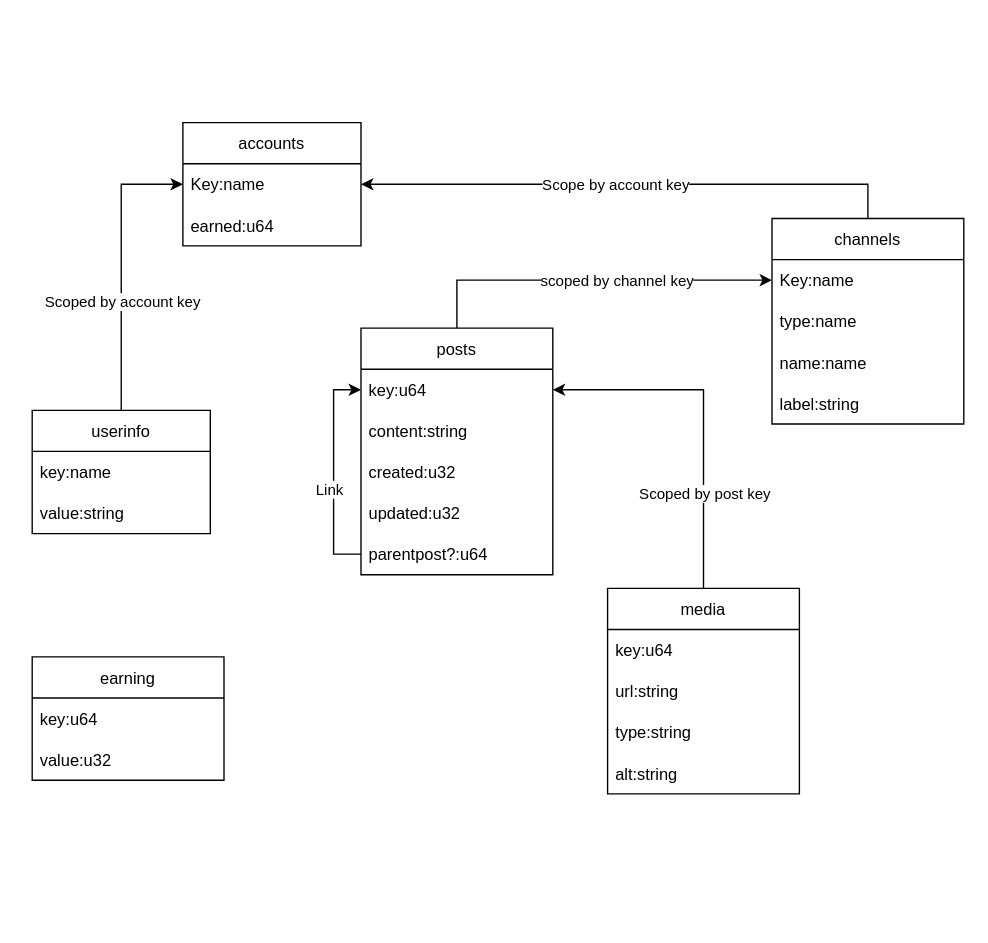
Before: table_structure.drawio in SuperstrongBE/snips-doc, a draw.io diagram. Source tidied: cells renumbered, new cells numbered last; positions are measured from the earlier drawing's top-left corner, leaving out a move shared by most shapes. Both pictures are drawn from the tidied source at 137%, with x=0, y=0 at pixel (32, 122).
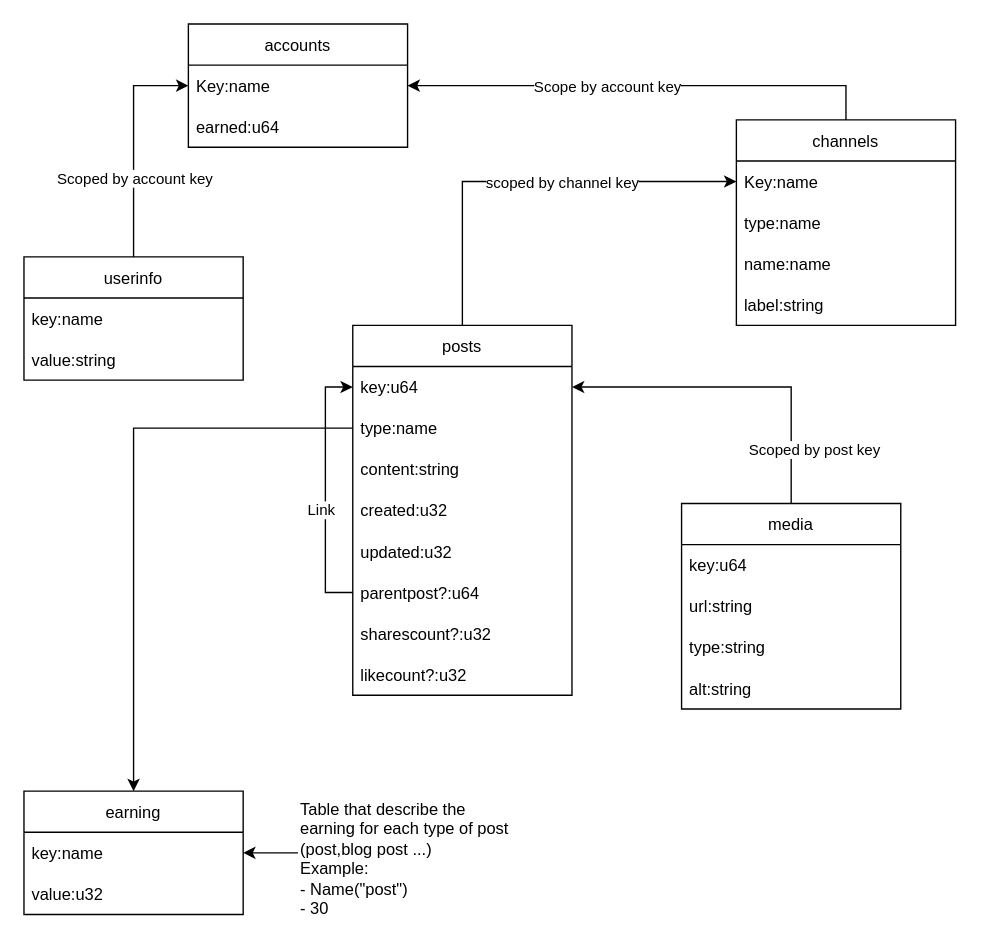
After the change.

Unchanged cells that the change refers to:
```xml
<mxCell id="27" style="edgeStyle=orthogonalEdgeStyle;rounded=0;jettySize=auto;html=1;exitX=0.5;exitY=0;exitDx=0;exitDy=0;entryX=1;entryY=0.5;entryDx=0;entryDy=0;" parent="1" edge="1" source="29" target="20">
  <mxGeometry relative="1" as="geometry" />
</mxCell>
```

What changed in the source:
```diff
@@
     <mxCell id="2" value="accounts" style="swimlane;fontStyle=0;horizontal=1;startSize=30;" parent="1" vertex="1">
-      <mxGeometry x="110" width="130" height="90" as="geometry" />
+      <mxGeometry x="114" y="-72" width="160" height="90" as="geometry" />
     </mxCell>
     <mxCell id="3" value="Key:name" style="text;strokeColor=none;fillColor=none;align=left;verticalAlign=middle;spacingLeft=4;spacingRight=4;overflow=hidden;points=[[0,0.5],[1,0.5]];portConstraint=eastwest;" parent="2" vertex="1">
-      <mxGeometry y="30" width="130" height="30" as="geometry" />
+      <mxGeometry y="30" width="160" height="30" as="geometry" />
     </mxCell>
     <mxCell id="4" value="earned:u64" style="text;strokeColor=none;fillColor=none;align=left;verticalAlign=middle;spacingLeft=4;spacingRight=4;overflow=hidden;" parent="2" vertex="1">
-      <mxGeometry y="60" width="130" height="30" as="geometry" />
+      <mxGeometry y="60" width="160" height="30" as="geometry" />
     </mxCell>
@@
     <mxCell id="7" value="channels" style="swimlane;fontStyle=0;horizontal=1;startSize=30;" parent="1" vertex="1">
-      <mxGeometry x="540" y="70" width="140" height="150" as="geometry" />
+      <mxGeometry x="514" y="-2" width="160" height="150" as="geometry" />
     </mxCell>
     <mxCell id="8" value="Key:name" style="text;strokeColor=none;fillColor=none;align=left;verticalAlign=middle;spacingLeft=4;spacingRight=4;overflow=hidden;points=[[0,0.5],[1,0.5]];portConstraint=eastwest;" parent="7" vertex="1">
-      <mxGeometry y="30" width="140" height="30" as="geometry" />
+      <mxGeometry y="30" width="160" height="30" as="geometry" />
     </mxCell>
     <mxCell id="9" value="type:name" style="text;strokeColor=none;fillColor=none;align=left;verticalAlign=middle;spacingLeft=4;spacingRight=4;overflow=hidden;" parent="7" vertex="1">
-      <mxGeometry y="60" width="140" height="30" as="geometry" />
+      <mxGeometry y="60" width="160" height="30" as="geometry" />
     </mxCell>
     <mxCell id="10" value="name:name" style="text;strokeColor=none;fillColor=none;align=left;verticalAlign=middle;spacingLeft=4;spacingRight=4;overflow=hidden;" parent="7" vertex="1">
-      <mxGeometry y="90" width="140" height="30" as="geometry" />
+      <mxGeometry y="90" width="160" height="30" as="geometry" />
     </mxCell>
     <mxCell id="11" value="label:string" style="text;strokeColor=none;fillColor=none;align=left;verticalAlign=middle;spacingLeft=4;spacingRight=4;overflow=hidden;" parent="7" vertex="1">
-      <mxGeometry y="120" width="140" height="30" as="geometry" />
+      <mxGeometry y="120" width="160" height="30" as="geometry" />
     </mxCell>
     <mxCell id="12" style="edgeStyle=orthogonalEdgeStyle;rounded=0;jettySize=auto;html=1;exitX=0.5;exitY=0;exitDx=0;exitDy=0;entryX=0;entryY=0.5;entryDx=0;entryDy=0;" parent="1" edge="1" source="14" target="3">
       <mxGeometry relative="1" as="geometry">
         <Array as="points">
-          <mxPoint x="65" y="45" />
+          <mxPoint x="74" y="-27" />
         </Array>
       </mxGeometry>
     </mxCell>
@@
     <mxCell id="14" value="userinfo" style="swimlane;fontStyle=0;horizontal=1;startSize=30;" parent="1" vertex="1">
-      <mxGeometry y="210" width="130" height="90" as="geometry" />
+      <mxGeometry x="-6" y="98" width="160" height="90" as="geometry" />
     </mxCell>
     <mxCell id="15" value="key:name" style="text;strokeColor=none;fillColor=none;align=left;verticalAlign=middle;spacingLeft=4;spacingRight=4;overflow=hidden;" parent="14" vertex="1">
-      <mxGeometry y="30" width="130" height="30" as="geometry" />
+      <mxGeometry y="30" width="160" height="30" as="geometry" />
     </mxCell>
     <mxCell id="16" value="value:string" style="text;strokeColor=none;fillColor=none;align=left;verticalAlign=middle;spacingLeft=4;spacingRight=4;overflow=hidden;" parent="14" vertex="1">
-      <mxGeometry y="60" width="130" height="30" as="geometry" />
+      <mxGeometry y="60" width="160" height="30" as="geometry" />
     </mxCell>
@@
     <mxCell id="19" value="posts" style="swimlane;fontStyle=0;horizontal=1;startSize=30;" parent="1" vertex="1">
-      <mxGeometry x="240" y="150" width="140" height="180" as="geometry" />
+      <mxGeometry x="234" y="148" width="160" height="270" as="geometry" />
     </mxCell>
     <mxCell id="20" value="key:u64" style="text;strokeColor=none;fillColor=none;align=left;verticalAlign=middle;spacingLeft=4;spacingRight=4;overflow=hidden;points=[[0,0.5],[1,0.5]];portConstraint=eastwest;" parent="19" vertex="1">
-      <mxGeometry y="30" width="140" height="30" as="geometry" />
+      <mxGeometry y="30" width="160" height="30" as="geometry" />
     </mxCell>
+    <mxCell id="37" value="type:name" style="text;strokeColor=none;fillColor=none;align=left;verticalAlign=middle;spacingLeft=4;spacingRight=4;overflow=hidden;points=[[0,0.5],[1,0.5]];portConstraint=eastwest;" parent="19" vertex="1">
+      <mxGeometry y="60" width="160" height="30" as="geometry" />
+    </mxCell>
     <mxCell id="21" value="content:string" style="text;strokeColor=none;fillColor=none;align=left;verticalAlign=middle;spacingLeft=4;spacingRight=4;overflow=hidden;" parent="19" vertex="1">
-      <mxGeometry y="60" width="140" height="30" as="geometry" />
+      <mxGeometry y="90" width="160" height="30" as="geometry" />
     </mxCell>
     <mxCell id="22" value="created:u32" style="text;strokeColor=none;fillColor=none;align=left;verticalAlign=middle;spacingLeft=4;spacingRight=4;overflow=hidden;" parent="19" vertex="1">
-      <mxGeometry y="90" width="140" height="30" as="geometry" />
+      <mxGeometry y="120" width="160" height="30" as="geometry" />
     </mxCell>
     <mxCell id="23" value="updated:u32" style="text;strokeColor=none;fillColor=none;align=left;verticalAlign=middle;spacingLeft=4;spacingRight=4;overflow=hidden;" parent="19" vertex="1">
-      <mxGeometry y="120" width="140" height="30" as="geometry" />
+      <mxGeometry y="150" width="160" height="30" as="geometry" />
     </mxCell>
@@
     <mxCell id="26" value="parentpost?:u64" style="text;strokeColor=none;fillColor=none;align=left;verticalAlign=middle;spacingLeft=4;spacingRight=4;overflow=hidden;points=[[0,0.5],[1,0.5]];portConstraint=eastwest;" parent="19" vertex="1">
-      <mxGeometry y="150" width="140" height="30" as="geometry" />
+      <mxGeometry y="180" width="160" height="30" as="geometry" />
     </mxCell>
+    <mxCell id="38" value="sharescount?:u32" style="text;strokeColor=none;fillColor=none;align=left;verticalAlign=middle;spacingLeft=4;spacingRight=4;overflow=hidden;" parent="19" vertex="1">
+      <mxGeometry y="210" width="160" height="30" as="geometry" />
+    </mxCell>
+    <mxCell id="39" value="likecount?:u32" style="text;strokeColor=none;fillColor=none;align=left;verticalAlign=middle;spacingLeft=4;spacingRight=4;overflow=hidden;" parent="19" vertex="1">
+      <mxGeometry y="240" width="160" height="30" as="geometry" />
+    </mxCell>
@@
     <mxCell id="28" value="Scoped by post key" style="edgeLabel;html=1;align=center;verticalAlign=middle;" parent="27" vertex="1">
       <mxGeometry x="0.61" y="4" relative="1" as="geometry">
-        <mxPoint x="60" y="71" as="offset" />
+        <mxPoint x="128" y="41" as="offset" />
       </mxGeometry>
     </mxCell>
     <mxCell id="29" value="media" style="swimlane;fontStyle=0;horizontal=1;startSize=30;" parent="1" vertex="1">
-      <mxGeometry x="420" y="340" width="140" height="150" as="geometry" />
+      <mxGeometry x="474" y="278" width="160" height="150" as="geometry" />
     </mxCell>
     <mxCell id="30" value="key:u64" style="text;strokeColor=none;fillColor=none;align=left;verticalAlign=middle;spacingLeft=4;spacingRight=4;overflow=hidden;" parent="29" vertex="1">
-      <mxGeometry y="30" width="140" height="30" as="geometry" />
+      <mxGeometry y="30" width="160" height="30" as="geometry" />
     </mxCell>
     <mxCell id="31" value="url:string" style="text;strokeColor=none;fillColor=none;align=left;verticalAlign=middle;spacingLeft=4;spacingRight=4;overflow=hidden;" parent="29" vertex="1">
-      <mxGeometry y="60" width="140" height="30" as="geometry" />
+      <mxGeometry y="60" width="160" height="30" as="geometry" />
     </mxCell>
     <mxCell id="32" value="type:string" style="text;strokeColor=none;fillColor=none;align=left;verticalAlign=middle;spacingLeft=4;spacingRight=4;overflow=hidden;" parent="29" vertex="1">
-      <mxGeometry y="90" width="140" height="30" as="geometry" />
+      <mxGeometry y="90" width="160" height="30" as="geometry" />
     </mxCell>
     <mxCell id="33" value="alt:string" style="text;strokeColor=none;fillColor=none;align=left;verticalAlign=middle;spacingLeft=4;spacingRight=4;overflow=hidden;" parent="29" vertex="1">
-      <mxGeometry y="120" width="140" height="30" as="geometry" />
+      <mxGeometry y="120" width="160" height="30" as="geometry" />
     </mxCell>
     <mxCell id="34" value="earning" style="swimlane;fontStyle=0;horizontal=1;startSize=30;" parent="1" vertex="1">
-      <mxGeometry y="390" width="140" height="90" as="geometry" />
+      <mxGeometry x="-6" y="488" width="160" height="90" as="geometry" />
     </mxCell>
-    <mxCell id="35" value="key:u64" style="text;strokeColor=none;fillColor=none;align=left;verticalAlign=middle;spacingLeft=4;spacingRight=4;overflow=hidden;points=[[0,0.5],[1,0.5]];portConstraint=eastwest;" parent="34" vertex="1">
-      <mxGeometry y="30" width="140" height="30" as="geometry" />
+    <mxCell id="35" value="key:name" style="text;strokeColor=none;fillColor=none;align=left;verticalAlign=middle;spacingLeft=4;spacingRight=4;overflow=hidden;points=[[0,0.5],[1,0.5]];portConstraint=eastwest;" parent="34" vertex="1">
+      <mxGeometry y="30" width="160" height="30" as="geometry" />
     </mxCell>
     <mxCell id="36" value="value:u32" style="text;strokeColor=none;fillColor=none;align=left;verticalAlign=middle;spacingLeft=4;spacingRight=4;overflow=hidden;" parent="34" vertex="1">
-      <mxGeometry y="60" width="140" height="30" as="geometry" />
+      <mxGeometry y="60" width="160" height="30" as="geometry" />
     </mxCell>
+    <mxCell id="40" style="edgeStyle=orthogonalEdgeStyle;rounded=0;jettySize=auto;html=1;exitX=0;exitY=0.5;exitDx=0;exitDy=0;entryX=1;entryY=0.5;entryDx=0;entryDy=0;" parent="1" edge="1" source="41" target="35">
+      <mxGeometry relative="1" as="geometry" />
+    </mxCell>
+    <mxCell id="41" value="Table that describe the earning for each type of post (post,blog post ...)&lt;br&gt;Example:&lt;br&gt;- Name(&quot;post&quot;)&amp;nbsp;&lt;br&gt;- 30" style="text;html=1;strokeColor=none;fillColor=none;align=left;verticalAlign=top;whiteSpace=wrap;rounded=0;" parent="1" vertex="1">
+      <mxGeometry x="194" y="488" width="160" height="90" as="geometry" />
+    </mxCell>
+    <mxCell id="42" style="edgeStyle=orthogonalEdgeStyle;rounded=0;jettySize=auto;html=1;exitX=0;exitY=0.5;exitDx=0;exitDy=0;entryX=0.5;entryY=0;entryDx=0;entryDy=0;" parent="1" edge="1" source="37" target="34">
+      <mxGeometry relative="1" as="geometry" />
+    </mxCell>
```
